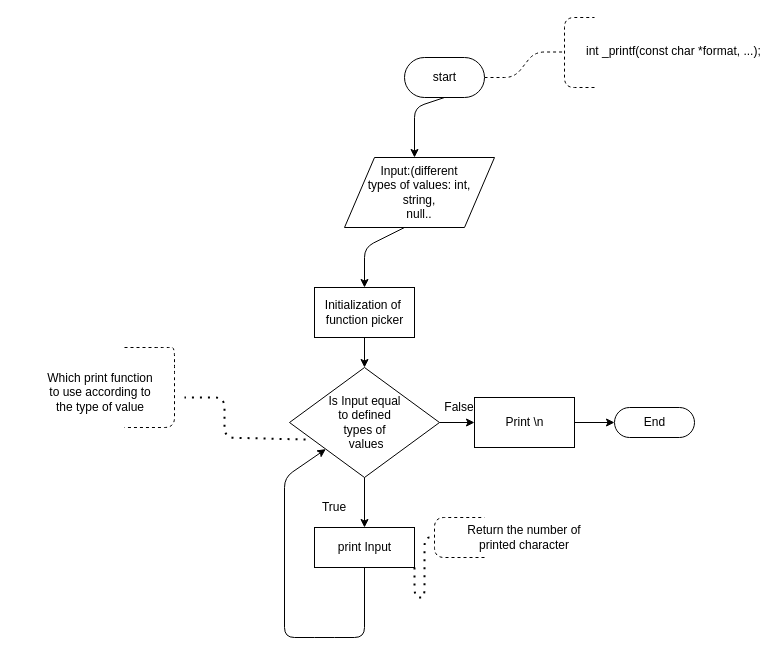
The draw.io diagram printf project.drawio in Tuyishimire-lab/alx-pre_school, before the edit. Source tidied: cells renumbered, new cells numbered last; positions are measured from the earlier drawing's top-left corner, leaving out a move shared by most shapes. Both pictures are drawn from the tidied source at 100%, with x=0, y=0 at pixel (45, 17).
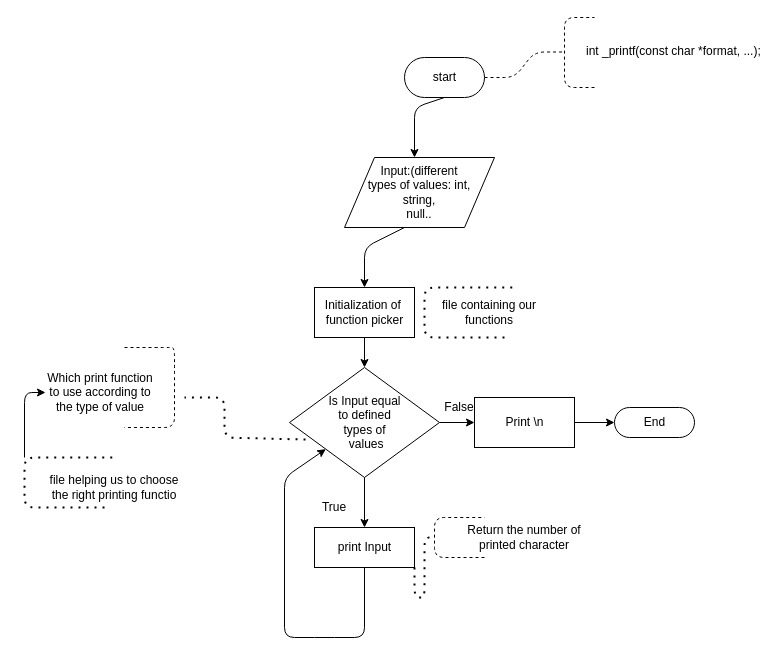
After the change.

Unchanged cells that the change refers to:
```xml
<mxCell id="10" value="Which print function to use according to the type of value" style="text;html=1;strokeColor=none;fillColor=none;align=center;verticalAlign=middle;whiteSpace=wrap;rounded=0;" parent="1" vertex="1">
  <mxGeometry y="350" width="110" height="50" as="geometry" />
</mxCell>
```

Change to the diagram source:
```diff
@@
+    <mxCell id="27" value="file containing our functions" style="text;html=1;strokeColor=none;fillColor=none;align=center;verticalAlign=middle;whiteSpace=wrap;rounded=0;" parent="1" vertex="1">
+      <mxGeometry x="394" y="285" width="100" height="20" as="geometry" />
+    </mxCell>
+    <mxCell id="28" style="endArrow=none;dashed=1;html=1;dashPattern=1 3;strokeWidth=2;" parent="1" edge="1">
+      <mxGeometry relative="1" as="geometry">
+        <mxPoint x="459" y="320" as="sourcePoint" />
+        <mxPoint x="469" y="270" as="targetPoint" />
+        <Array as="points">
+          <mxPoint x="379" y="320" />
+          <mxPoint x="379" y="270" />
+        </Array>
+      </mxGeometry>
+    </mxCell>
+    <mxCell id="29" style="endArrow=none;dashed=1;html=1;dashPattern=1 3;strokeWidth=2;" parent="1" edge="1">
+      <mxGeometry relative="1" as="geometry">
+        <mxPoint x="59" y="490" as="sourcePoint" />
+        <mxPoint x="69" y="440" as="targetPoint" />
+        <Array as="points">
+          <mxPoint x="-21" y="490" />
+          <mxPoint x="-21" y="440" />
+        </Array>
+      </mxGeometry>
+    </mxCell>
+    <mxCell id="30" value="file helping us to choose the right printing functio" style="text;html=1;strokeColor=none;fillColor=none;align=center;verticalAlign=middle;whiteSpace=wrap;rounded=0;" parent="1" vertex="1">
+      <mxGeometry x="-1" y="460" width="140" height="20" as="geometry" />
+    </mxCell>
+    <mxCell id="31" style="endArrow=classic;html=1;entryX=0;entryY=0.5;entryDx=0;entryDy=0;" parent="1" edge="1" target="10">
+      <mxGeometry relative="1" as="geometry">
+        <mxPoint x="-21" y="440" as="sourcePoint" />
+        <Array as="points">
+          <mxPoint x="-21" y="375" />
+        </Array>
+      </mxGeometry>
+    </mxCell>
```
